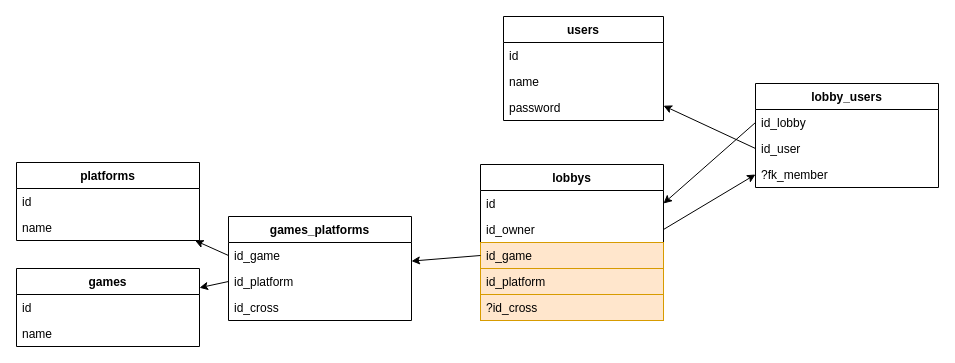
Above: _bin/diagrams/sql.drawio in papawou/o_7 (draw.io), before the change. Source tidied: cells renumbered, new cells numbered last; positions are measured from the earlier drawing's top-left corner, leaving out a move shared by most shapes. Both pictures are drawn from the tidied source at 100%, with x=0, y=0 at pixel (16, 16).
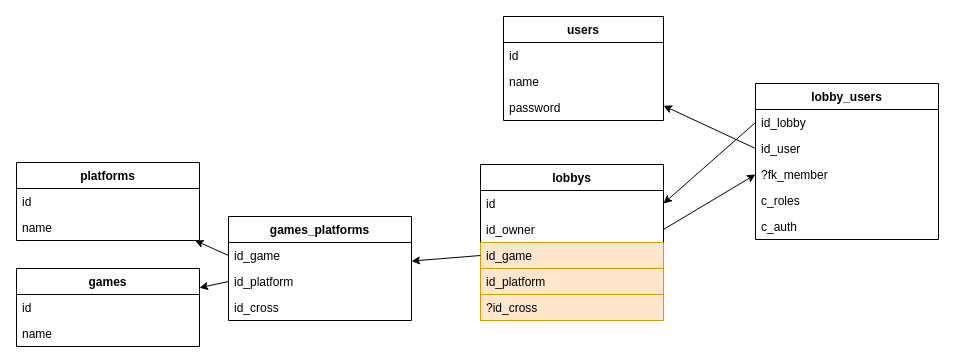
Above is the later version.

Diff of the diagram source:
```diff
@@
     <mxCell id="6" value="lobby_users" style="swimlane;fontStyle=1;align=center;verticalAlign=top;horizontal=1;startSize=26;" parent="1" vertex="1">
-      <mxGeometry x="739" y="67" width="183" height="104" as="geometry" />
+      <mxGeometry x="739" y="67" width="183" height="156" as="geometry" />
     </mxCell>
@@
+    <mxCell id="37" value="c_roles" style="text;strokeColor=none;fillColor=none;align=left;verticalAlign=top;spacingLeft=4;spacingRight=4;overflow=hidden;" parent="6" vertex="1">
+      <mxGeometry y="104" width="183" height="26" as="geometry" />
+    </mxCell>
+    <mxCell id="38" value="c_auth" style="text;strokeColor=none;fillColor=none;align=left;verticalAlign=top;spacingLeft=4;spacingRight=4;overflow=hidden;" parent="6" vertex="1">
+      <mxGeometry y="130" width="183" height="26" as="geometry" />
+    </mxCell>
```
